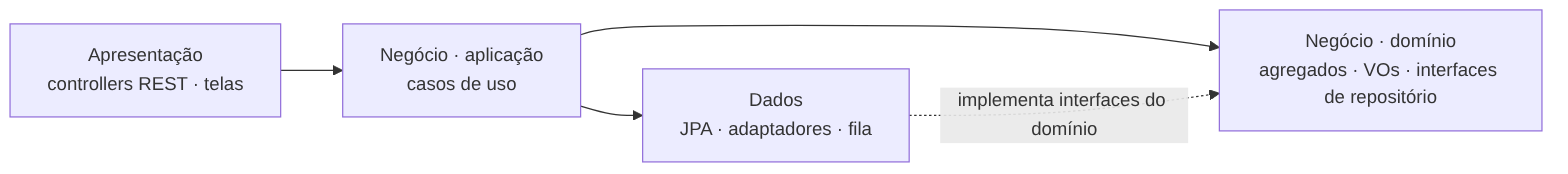
Before: docs/arquitetura/img/regra-de-dependencia.png, a diagram exported from Mermaid (egs3-coder/Trabalho-U2-Parte-2-Planejamento-da-remodelagem). Its source is kept beside it as docs/arquitetura/camadas/regra-de-dependencia.mmd.
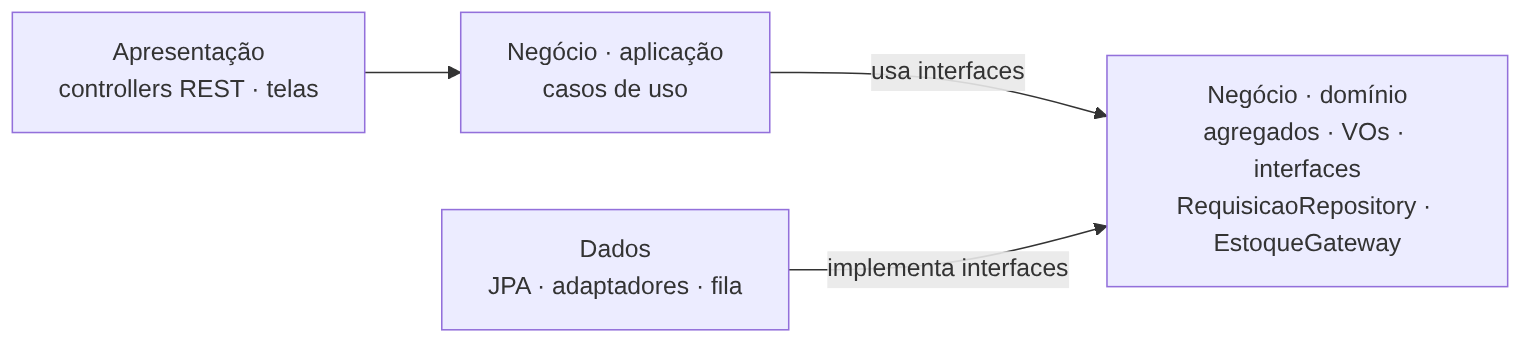
The same file after the commit.

Diff of the diagram source:
```diff
@@ -1,5 +1,4 @@
 flowchart LR
   AP["Apresentação\ncontrollers REST · telas"] --> APL["Negócio · aplicação\ncasos de uso"]
-  APL --> DOM["Negócio · domínio\nagregados · VOs · interfaces de repositório"]
-  APL --> DAD["Dados\nJPA · adaptadores · fila"]
-  DAD -. "implementa interfaces do domínio" .-> DOM
+  APL -- "usa interfaces" --> DOM["Negócio · domínio\nagregados · VOs · interfaces\nRequisicaoRepository · EstoqueGateway"]
+  DAD["Dados\nJPA · adaptadores · fila"] -- "implementa interfaces" --> DOM
```
